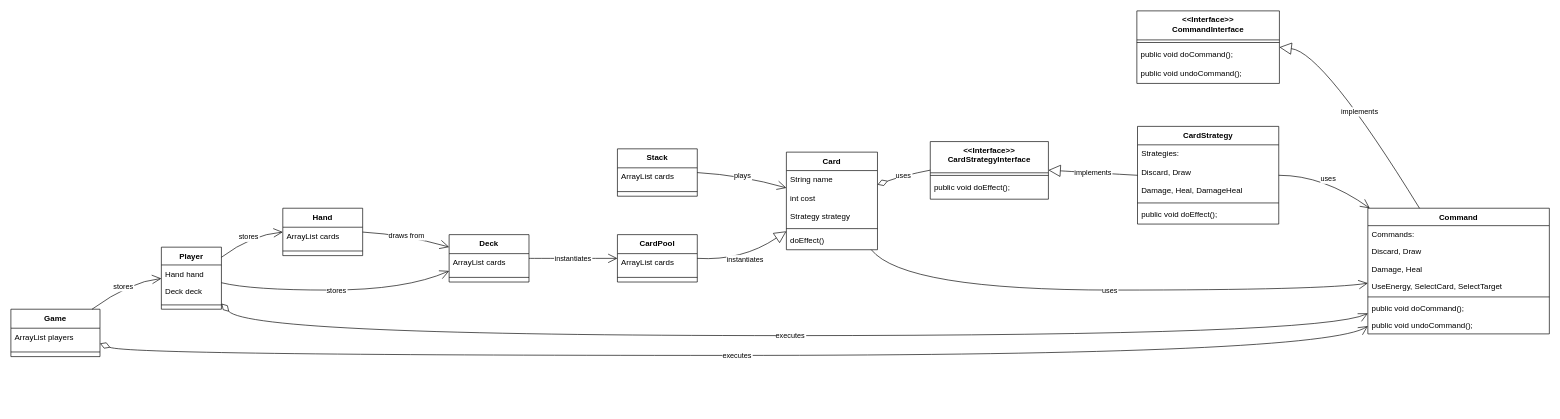
Before: Untitled Diagram.drawio in Boland-Unfug/OOD, a draw.io diagram. Source tidied: cells renumbered, new cells numbered last; positions are measured from the earlier drawing's top-left corner, leaving out a move shared by most shapes. Both pictures are drawn from the tidied source at 66%, with x=0, y=0 at pixel (11, 11).
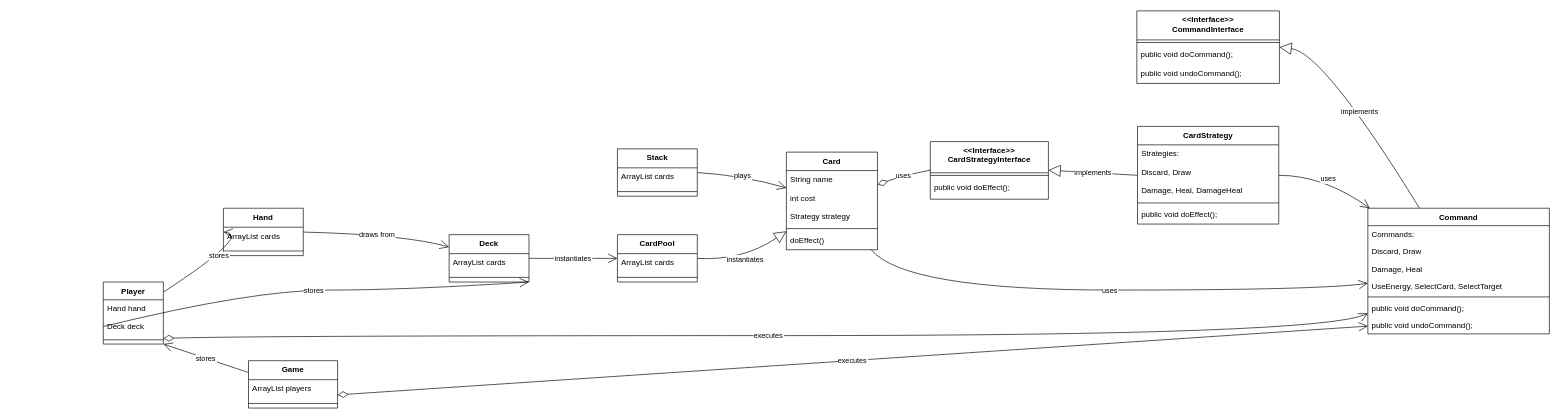
Above is the later version.

The change refers to these unchanged cells:
```xml
<mxCell id="6" value="Command" style="swimlane;fontStyle=1;align=center;verticalAlign=top;horizontal=1;startSize=26.390476771763392;" parent="1" vertex="1">
  <mxGeometry x="2056" y="299" width="275" height="190.4" as="geometry" />
</mxCell>
<mxCell id="35" value="Deck" style="swimlane;fontStyle=1;align=center;verticalAlign=top;horizontal=1;startSize=28.786666870117188;" parent="1" vertex="1">
  <mxGeometry x="664" y="339" width="121" height="71.8" as="geometry" />
</mxCell>
<mxCell id="43" value="Deck deck" style="text;strokeColor=none;fillColor=none;align=left;verticalAlign=top;spacingLeft=4;spacingRight=4;overflow=hidden;points=[[0,0.5],[1,0.5]];portConstraint=eastwest;" parent="41" vertex="1">
  <mxGeometry y="54" width="91" height="27" as="geometry" />
</mxCell>
```

Change to the diagram source:
```diff
@@
-    <mxCell id="38" value="Hand" style="swimlane;fontStyle=1;align=center;verticalAlign=top;horizontal=1;startSize=28.786666870117188;" parent="1" vertex="1">
-      <mxGeometry x="412" y="299" width="121" height="71.8" as="geometry" />
+    <mxCell id="38" value="Hand" style="swimlane;fontStyle=1;align=center;verticalAlign=top;horizontal=1;startSize=28.786666870117188;flipH=0;" parent="1" vertex="1">
+      <mxGeometry x="322" y="299" width="121" height="71.8" as="geometry" />
     </mxCell>
@@
-    <mxCell id="41" value="Player" style="swimlane;fontStyle=1;align=center;verticalAlign=top;horizontal=1;startSize=26.961905343191965;" parent="1" vertex="1">
-      <mxGeometry x="228" y="358" width="91" height="94" as="geometry" />
+    <mxCell id="41" value="Player" style="swimlane;fontStyle=1;align=center;verticalAlign=top;horizontal=1;startSize=26.961905343191965;flipH=0;" parent="1" vertex="1">
+      <mxGeometry x="140" y="410.8" width="91" height="94" as="geometry" />
     </mxCell>
@@
-    <mxCell id="45" value="Game" style="swimlane;fontStyle=1;align=center;verticalAlign=top;horizontal=1;startSize=28.786666870117188;" parent="1" vertex="1">
-      <mxGeometry y="452" width="135" height="71.8" as="geometry" />
+    <mxCell id="45" value="Game" style="swimlane;fontStyle=1;align=center;verticalAlign=top;horizontal=1;startSize=28.786666870117188;flipH=0;" parent="1" vertex="1">
+      <mxGeometry x="360" y="530" width="135" height="71.8" as="geometry" />
     </mxCell>
@@
-    <mxCell id="58" value="stores" style="curved=1;startArrow=none;endArrow=open;endSize=12;exitX=0.998168442275498;exitY=0.5728656259506425;entryX=-0.0015152229750451964;entryY=0.7679105203004746;rounded=0;" parent="1" edge="1" source="41" target="35">
+    <mxCell id="58" value="stores" style="curved=1;startArrow=none;endArrow=open;endSize=12;exitX=0;exitY=0.5;entryX=1;entryY=1;rounded=0;entryDx=0;entryDy=0;exitDx=0;exitDy=0;" parent="1" edge="1" source="43" target="35">
       <mxGeometry relative="1" as="geometry">
         <Array as="points">
           <mxPoint x="365" y="423" />
           <mxPoint x="598" y="423" />
         </Array>
       </mxGeometry>
     </mxCell>
@@
-    <mxCell id="60" value="executes" style="curved=1;startArrow=diamondThin;startSize=14;startFill=0;endArrow=open;endSize=12;exitX=0.9986419677734375;exitY=0.7217659074677243;entryX=-0.0004242636940696023;entryY=0.9385691454095936;rounded=0;" parent="1" edge="1" source="45" target="6">
-      <mxGeometry relative="1" as="geometry">
-        <Array as="points">
-          <mxPoint x="181" y="522" />
-          <mxPoint x="1989" y="522" />
-        </Array>
-      </mxGeometry>
+    <mxCell id="60" value="executes" style="curved=1;startArrow=diamondThin;startSize=14;startFill=0;endArrow=open;endSize=12;exitX=0.9986419677734375;exitY=0.7217659074677243;entryX=-0.0004242636940696023;entryY=0.9385691454095936;rounded=0;strokeColor=default;" parent="1" edge="1" source="45" target="6">
+      <mxGeometry relative="1" as="geometry" />
     </mxCell>
-    <mxCell id="61" value="stores" style="curved=1;startArrow=none;endArrow=open;endSize=12;exitX=0.9060078519547216;exitY=0.005833315849304199;entryX=-0.0036630316095037775;entryY=0.5053921447080725;rounded=0;" parent="1" edge="1" source="45" target="41">
-      <mxGeometry relative="1" as="geometry">
-        <Array as="points">
-          <mxPoint x="181" y="410" />
-        </Array>
-      </mxGeometry>
+    <mxCell id="61" value="stores" style="curved=1;startArrow=none;endArrow=open;endSize=12;exitX=0;exitY=0.25;entryX=1;entryY=1;rounded=0;exitDx=0;exitDy=0;entryDx=0;entryDy=0;" parent="1" edge="1" source="45" target="41">
+      <mxGeometry relative="1" as="geometry" />
     </mxCell>
```
